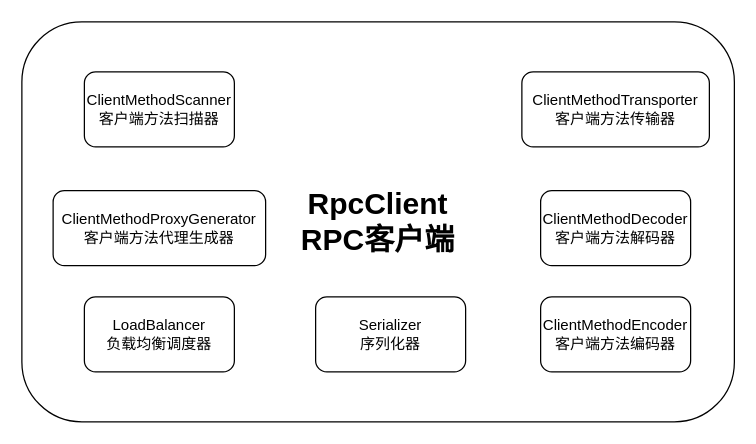
Earlier version of the draw.io diagram page "RPC客户端" (1 of 4) of RPC客户端.drawio (win0909/000). Source tidied: cells renumbered, new cells numbered last; positions are measured from the earlier drawing's top-left corner, leaving out a move shared by most shapes. Both pictures are drawn from the tidied source at 125%, with x=0, y=0 at pixel (21, 21).
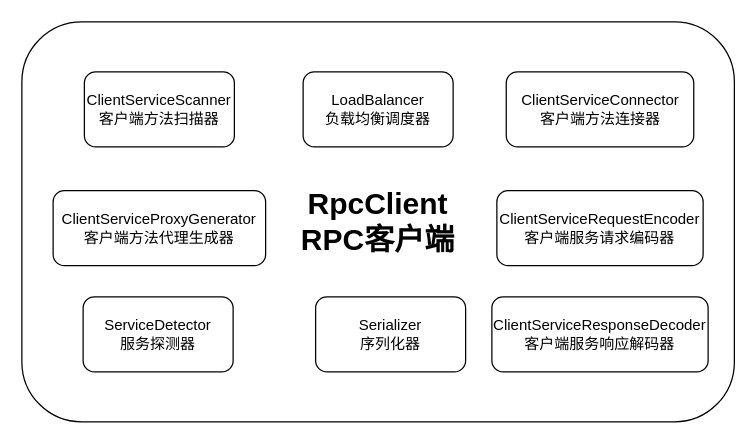
After the change.

The edit, as a diff of the source:
```diff
@@
 <mxGraphModel>
   <root>
     <mxCell id="0" />
     <mxCell id="1" parent="0" />
     <mxCell id="2" value="&lt;font style=&quot;font-size: 24px&quot;&gt;&lt;b&gt;RpcClient&lt;br&gt;RPC客户端&lt;/b&gt;&lt;/font&gt;" style="rounded=1;whiteSpace=wrap;html=1;" parent="1" vertex="1">
       <mxGeometry width="570" height="320" as="geometry" />
     </mxCell>
-    <mxCell id="3" value="ClientMethodScanner&lt;br&gt;客户端方法扫描器" style="rounded=1;whiteSpace=wrap;html=1;" parent="1" vertex="1">
+    <mxCell id="3" value="ClientServiceScanner&lt;br&gt;客户端方法扫描器" style="rounded=1;whiteSpace=wrap;html=1;" parent="1" vertex="1">
       <mxGeometry x="50" y="40" width="120" height="60" as="geometry" />
     </mxCell>
-    <mxCell id="4" value="ClientMethodDecoder&lt;br&gt;客户端方法解码器" style="rounded=1;whiteSpace=wrap;html=1;" parent="1" vertex="1">
-      <mxGeometry x="415" y="135" width="120" height="60" as="geometry" />
+    <mxCell id="4" value="&lt;div&gt;ClientServiceRequestEncoder&lt;/div&gt;&lt;div&gt;客户端服务请求编码器&lt;/div&gt;" style="rounded=1;whiteSpace=wrap;html=1;" parent="1" vertex="1">
+      <mxGeometry x="380" y="135" width="165" height="60" as="geometry" />
     </mxCell>
-    <mxCell id="5" value="ClientMethodProxyGenerator&lt;br&gt;客户端方法代理生成器" style="rounded=1;whiteSpace=wrap;html=1;" parent="1" vertex="1">
+    <mxCell id="5" value="ClientServiceProxyGenerator&lt;br&gt;客户端方法代理生成器" style="rounded=1;whiteSpace=wrap;html=1;" parent="1" vertex="1">
       <mxGeometry x="25" y="135" width="170" height="60" as="geometry" />
     </mxCell>
-    <mxCell id="6" value="ClientMethodTransporter&lt;br&gt;客户端方法传输器" style="rounded=1;whiteSpace=wrap;html=1;" parent="1" vertex="1">
-      <mxGeometry x="400" y="40" width="150" height="60" as="geometry" />
+    <mxCell id="6" value="ClientServiceConnector&lt;br&gt;客户端方法连接器" style="rounded=1;whiteSpace=wrap;html=1;" parent="1" vertex="1">
+      <mxGeometry x="387.5" y="40" width="150" height="60" as="geometry" />
     </mxCell>
-    <mxCell id="7" value="ClientMethodEncoder&lt;br&gt;客户端方法编码器" style="rounded=1;whiteSpace=wrap;html=1;" parent="1" vertex="1">
-      <mxGeometry x="415" y="220" width="120" height="60" as="geometry" />
+    <mxCell id="7" value="&lt;div&gt;ClientServiceResponseDecoder&lt;/div&gt;&lt;div&gt;客户端服务响应解码器&lt;/div&gt;" style="rounded=1;whiteSpace=wrap;html=1;" parent="1" vertex="1">
+      <mxGeometry x="376" y="220" width="173" height="60" as="geometry" />
     </mxCell>
     <mxCell id="8" value="Serializer&lt;br&gt;序列化器" style="rounded=1;whiteSpace=wrap;html=1;" parent="1" vertex="1">
       <mxGeometry x="235" y="220" width="120" height="60" as="geometry" />
     </mxCell>
     <mxCell id="9" value="LoadBalancer&lt;br&gt;负载均衡调度器&lt;br&gt;" style="rounded=1;whiteSpace=wrap;html=1;" parent="1" vertex="1">
-      <mxGeometry x="50" y="220" width="120" height="60" as="geometry" />
+      <mxGeometry x="225" y="40" width="120" height="60" as="geometry" />
     </mxCell>
+    <mxCell id="10" value="&lt;div&gt;ServiceDetector&lt;/div&gt;&lt;div&gt;服务探测器&lt;/div&gt;" style="rounded=1;whiteSpace=wrap;html=1;" parent="1" vertex="1">
+      <mxGeometry x="49" y="220" width="120" height="60" as="geometry" />
+    </mxCell>
   </root>
 </mxGraphModel>
```
